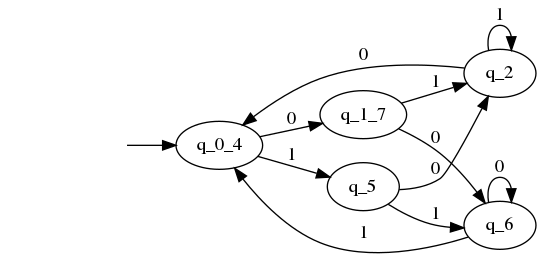
Above: P2/afd.png in DCabornero/Automatas-y-Lenguajes (Graphviz), before the change. Its source is kept beside it as P2/afd.dot.
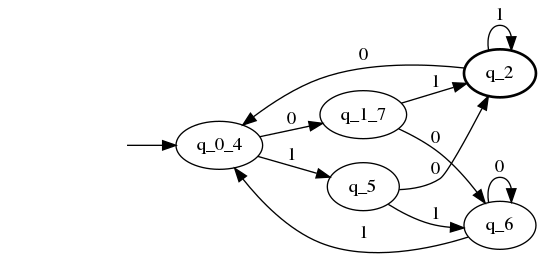
Later version of the same file.

Change to the diagram source:
```diff
@@ -1,6 +1,6 @@
 digraph afd  { rankdir=LR;
 	_invisible [style="invis"];
-	q_2;
+	q_2 [penwidth="2"];
 	q_5;
 	q_1_7;
 	q_0_4;
```
